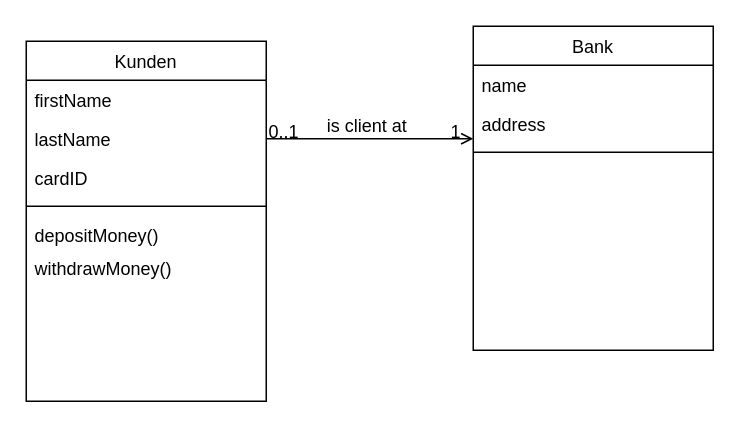
This is Nachdenkzettel/Klassendiagramm_Bank_und_Kunden.drawio from AlessaW/Habittracker, a draw.io file, before an edit. Source tidied: cells renumbered, new cells numbered last; positions are measured from the earlier drawing's top-left corner, leaving out a move shared by most shapes. Both pictures are drawn from the tidied source at 150%, with x=0, y=0 at pixel (26, 26).
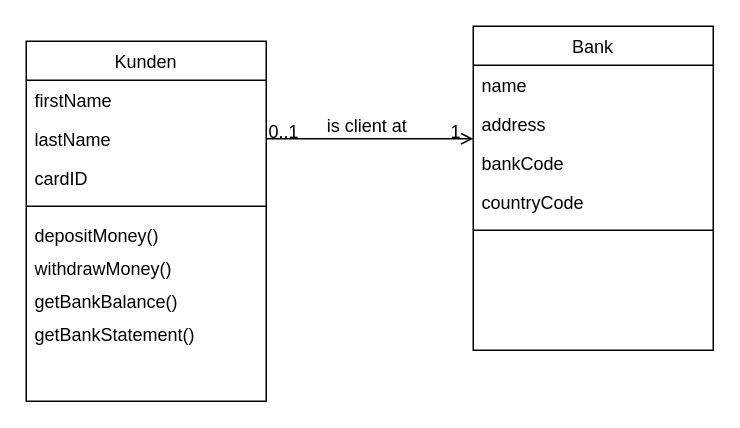
The same page after the edit.

Commit message (it also covers changes not shown here):
Updated Nachdenkzettel Diagrams

Unchanged cells that the change refers to:
```xml
<mxCell id="2" value="Kunden" style="swimlane;fontStyle=0;align=center;verticalAlign=top;horizontal=1;startSize=26;rounded=0;shadow=0;strokeWidth=1;" parent="1" vertex="1">
  <mxGeometry y="10" width="160" height="240" as="geometry" />
</mxCell>
<mxCell id="9" value="Bank" style="swimlane;fontStyle=0;align=center;verticalAlign=top;horizontal=1;startSize=26;rounded=0;shadow=0;strokeWidth=1;" parent="1" vertex="1">
  <mxGeometry x="298" width="160" height="216" as="geometry" />
</mxCell>
```

The edit, as a diff of the source:
```diff
@@
+    <mxCell id="17" value="getBankBalance()" style="text;align=left;verticalAlign=top;spacingLeft=4;spacingRight=4;overflow=hidden;fontStyle=0;" parent="2" vertex="1">
+      <mxGeometry y="160" width="160" height="22" as="geometry" />
+    </mxCell>
+    <mxCell id="18" value="getBankStatement()" style="text;align=left;verticalAlign=top;spacingLeft=4;spacingRight=4;overflow=hidden;fontStyle=0;" parent="2" vertex="1">
+      <mxGeometry y="182" width="160" height="22" as="geometry" />
+    </mxCell>
@@
+    <mxCell id="19" value="address" style="text;align=left;verticalAlign=top;spacingLeft=4;spacingRight=4;overflow=hidden;rounded=0;shadow=0;html=0;" parent="9" vertex="1">
+      <mxGeometry y="52" width="160" height="26" as="geometry" />
+    </mxCell>
+    <mxCell id="20" value="bankCode" style="text;align=left;verticalAlign=top;spacingLeft=4;spacingRight=4;overflow=hidden;rounded=0;shadow=0;html=0;" parent="9" vertex="1">
+      <mxGeometry y="78" width="160" height="26" as="geometry" />
+    </mxCell>
-    <mxCell id="11" value="address" style="text;align=left;verticalAlign=top;spacingLeft=4;spacingRight=4;overflow=hidden;rounded=0;shadow=0;html=0;" parent="9" vertex="1">
-      <mxGeometry y="52" width="160" height="26" as="geometry" />
+    <mxCell id="11" value="countryCode" style="text;align=left;verticalAlign=top;spacingLeft=4;spacingRight=4;overflow=hidden;rounded=0;shadow=0;html=0;" parent="9" vertex="1">
+      <mxGeometry y="104" width="160" height="26" as="geometry" />
     </mxCell>
     <mxCell id="12" style="line;html=1;strokeWidth=1;align=left;verticalAlign=middle;spacingTop=-1;spacingLeft=3;spacingRight=3;labelPosition=right;" parent="9" vertex="1">
-      <mxGeometry y="78" width="160" height="12" as="geometry" />
+      <mxGeometry y="130" width="160" height="12" as="geometry" />
     </mxCell>
```
